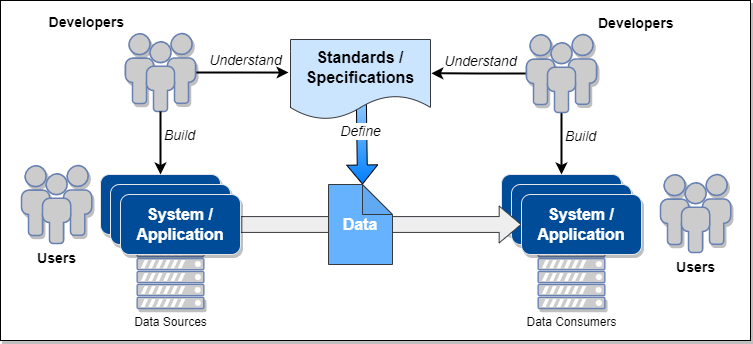
Above: images/model-and-serialization.png in oasis-tcs/openc2-jadn-im (draw.io), before the change. Source tidied: cells renumbered, new cells last; positions are measured from the earlier drawing's top-left corner, leaving out a move shared by most shapes.
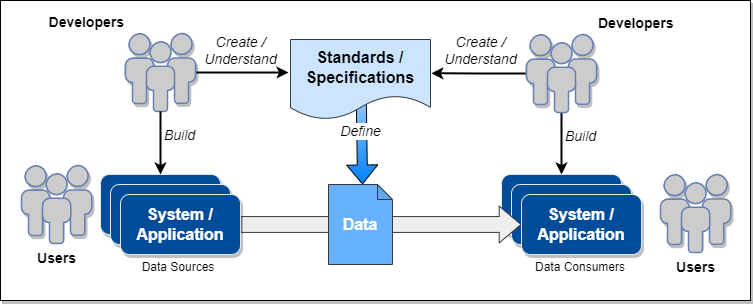
Above is the later version.

Commit message:
update figure, add para on end user concern

Change to the diagram source:
```diff
@@ -3,8 +3,14 @@
     <mxCell id="0" />
     <mxCell id="1" value="Background" parent="0" />
     <mxCell id="2" style="rounded=0;whiteSpace=wrap;html=1;shadow=1;labelBackgroundColor=none;fontSize=14;fontColor=#000000;fillColor=#FFFFFF;" parent="1" vertex="1">
-      <mxGeometry width="750" height="340" as="geometry" />
+      <mxGeometry width="750" height="300" as="geometry" />
     </mxCell>
+    <mxCell id="6" value="Data Sources" style="text;html=1;strokeColor=none;fillColor=none;align=center;verticalAlign=middle;whiteSpace=wrap;rounded=0;" parent="1" vertex="1">
+      <mxGeometry x="138" y="252" width="80" height="30" as="geometry" />
+    </mxCell>
+    <mxCell id="7" value="Data Consumers" style="text;html=1;strokeColor=none;fillColor=none;align=center;verticalAlign=middle;whiteSpace=wrap;rounded=0;" parent="1" vertex="1">
+      <mxGeometry x="530" y="252" width="100" height="30" as="geometry" />
+    </mxCell>
     <mxCell id="3" value="Image" parent="0" />
     <mxCell id="4" value="System / Application" style="rounded=1;whiteSpace=wrap;html=1;fontSize=16;fillColor=#004C99;strokeColor=#E6E6E6;labelBackgroundColor=none;fontColor=#FFFFFF;fontStyle=1;shadow=1;" parent="3" vertex="1">
       <mxGeometry x="501" y="174" width="120" height="60" as="geometry" />
@@ -12,12 +18,6 @@
     <mxCell id="5" value="System / Application" style="rounded=1;whiteSpace=wrap;html=1;fontSize=16;fillColor=#004C99;strokeColor=#E6E6E6;labelBackgroundColor=none;fontColor=#FFFFFF;fontStyle=1;shadow=1;" parent="3" vertex="1">
       <mxGeometry x="511" y="184" width="120" height="60" as="geometry" />
     </mxCell>
-    <mxCell id="6" value="Data Sources" style="fontColor=#000000;verticalAlign=top;verticalLabelPosition=bottom;labelPosition=center;align=center;html=1;fillColor=#CCCCCC;strokeColor=#6881B3;gradientColor=none;gradientDirection=north;strokeWidth=2;shape=mxgraph.networks.server;shadow=1;labelBackgroundColor=none;fontSize=12;" parent="3" vertex="1">
-      <mxGeometry x="136.7" y="234" width="66.6" height="74" as="geometry" />
-    </mxCell>
-    <mxCell id="7" value="Data Consumers" style="fontColor=#000000;verticalAlign=top;verticalLabelPosition=bottom;labelPosition=center;align=center;html=1;fillColor=#CCCCCC;strokeColor=#6881B3;gradientColor=none;gradientDirection=north;strokeWidth=2;shape=mxgraph.networks.server;shadow=1;labelBackgroundColor=none;fontSize=12;" parent="3" vertex="1">
-      <mxGeometry x="537.7" y="234" width="66.6" height="74" as="geometry" />
-    </mxCell>
     <mxCell id="8" value="Define" style="shape=flexArrow;endArrow=classic;html=1;rounded=0;fontSize=14;exitX=0.5;exitY=0;exitDx=0;exitDy=0;fillColor=default;gradientColor=#007FFF;entryX=0;entryY=0;entryDx=34;entryDy=0;entryPerimeter=0;fontStyle=2;" parent="3" edge="1" source="9" target="24">
       <mxGeometry x="0.27" y="-1" relative="1" as="geometry" />
     </mxCell>
@@ -27,7 +27,7 @@
     <mxCell id="10" value="System / Application" style="rounded=1;whiteSpace=wrap;html=1;fontSize=16;fillColor=#004C99;strokeColor=#E6E6E6;labelBackgroundColor=none;fontColor=#FFFFFF;fontStyle=1;shadow=1;" parent="3" vertex="1">
       <mxGeometry x="100" y="174" width="120" height="60" as="geometry" />
     </mxCell>
-    <mxCell id="11" style="edgeStyle=orthogonalEdgeStyle;rounded=0;jettySize=auto;html=1;exitX=0.5;exitY=1;exitDx=0;exitDy=0;entryX=0.5;entryY=0;entryDx=0;entryDy=0;fontSize=12;strokeWidth=2;" parent="3" edge="1" target="x">
+    <mxCell id="11" style="edgeStyle=orthogonalEdgeStyle;rounded=0;orthogonalLoop=1;jettySize=auto;html=1;exitX=0.5;exitY=1;exitDx=0;exitDy=0;entryX=0.5;entryY=0;entryDx=0;entryDy=0;fontSize=12;strokeWidth=2;" parent="3" edge="1">
       <mxGeometry relative="1" as="geometry">
         <mxPoint x="239" y="192" as="sourcePoint" />
       </mxGeometry>
@@ -35,7 +35,7 @@
     <mxCell id="12" style="shape=flexArrow;endArrow=classic;html=1;rounded=0;fontSize=12;exitX=1;exitY=0.5;exitDx=0;exitDy=0;entryX=0;entryY=0.5;entryDx=0;entryDy=0;fillColor=#eeeeee;strokeColor=#36393d;width=15.833333333333332;endSize=6.944444444444445;labelBackgroundColor=none;" parent="3" edge="1" source="19" target="20">
       <mxGeometry x="0.23" y="-30" relative="1" as="geometry" />
     </mxCell>
-    <mxCell id="13" style="edgeStyle=orthogonalEdgeStyle;rounded=0;jettySize=auto;html=1;exitX=0.5;exitY=1;exitDx=0;exitDy=0;entryX=0.5;entryY=0;entryDx=0;entryDy=0;fontSize=12;strokeWidth=2;" parent="3" edge="1" target="x">
+    <mxCell id="13" style="edgeStyle=orthogonalEdgeStyle;rounded=0;orthogonalLoop=1;jettySize=auto;html=1;exitX=0.5;exitY=1;exitDx=0;exitDy=0;entryX=0.5;entryY=0;entryDx=0;entryDy=0;fontSize=12;strokeWidth=2;" parent="3" edge="1">
       <mxGeometry relative="1" as="geometry">
         <mxPoint x="451" y="192" as="sourcePoint" />
       </mxGeometry>
@@ -46,8 +46,8 @@
     <mxCell id="15" value="Users" style="fontColor=#000000;verticalAlign=top;verticalLabelPosition=bottom;labelPosition=center;align=center;html=1;fillColor=#CCCCCC;strokeColor=#6881B3;gradientColor=none;gradientDirection=north;strokeWidth=2;shape=mxgraph.networks.users;shadow=1;labelBackgroundColor=none;fontSize=14;fontStyle=1;" parent="3" vertex="1">
       <mxGeometry x="660" y="174" width="70.2" height="78" as="geometry" />
     </mxCell>
-    <mxCell id="16" value="Understand" style="edgeStyle=orthogonalEdgeStyle;rounded=0;jettySize=auto;html=1;exitX=1;exitY=0.5;exitDx=0;exitDy=0;exitPerimeter=0;entryX=-0.014;entryY=0.413;entryDx=0;entryDy=0;entryPerimeter=0;fontStyle=2;fontSize=14;strokeWidth=2;labelBackgroundColor=none;" parent="3" edge="1" source="17" target="9">
-      <mxGeometry x="0.08" y="12" relative="1" as="geometry" />
+    <mxCell id="16" value="Create / &lt;br&gt;Understand" style="edgeStyle=orthogonalEdgeStyle;rounded=0;jettySize=auto;html=1;exitX=1;exitY=0.5;exitDx=0;exitDy=0;exitPerimeter=0;entryX=-0.014;entryY=0.413;entryDx=0;entryDy=0;entryPerimeter=0;fontStyle=2;fontSize=14;strokeWidth=2;labelBackgroundColor=none;" parent="3" edge="1" source="17" target="9">
+      <mxGeometry x="-0.03" y="22" relative="1" as="geometry" />
     </mxCell>
     <mxCell id="17" value="Developers" style="fontColor=#000000;verticalAlign=bottom;verticalLabelPosition=top;labelPosition=left;align=right;html=1;outlineConnect=0;fillColor=#CCCCCC;strokeColor=#6881B3;gradientColor=none;gradientDirection=north;strokeWidth=2;shape=mxgraph.networks.users;shadow=1;labelBackgroundColor=none;fontSize=14;fontStyle=1;" parent="3" vertex="1">
       <mxGeometry x="124.9" y="33" width="70.2" height="78" as="geometry" />
@@ -61,8 +61,10 @@
     <mxCell id="20" value="System / Application" style="rounded=1;whiteSpace=wrap;html=1;fontSize=16;fillColor=#004C99;strokeColor=#E6E6E6;labelBackgroundColor=none;fontColor=#FFFFFF;fontStyle=1;shadow=1;" parent="3" vertex="1">
       <mxGeometry x="521" y="194" width="120" height="60" as="geometry" />
     </mxCell>
-    <mxCell id="21" value="Understand" style="edgeStyle=orthogonalEdgeStyle;rounded=0;jettySize=auto;html=1;exitX=0;exitY=0.5;exitDx=0;exitDy=0;exitPerimeter=0;entryX=1.006;entryY=0.423;entryDx=0;entryDy=0;entryPerimeter=0;fontStyle=2;fontSize=14;align=center;strokeWidth=2;labelBackgroundColor=none;" parent="3" edge="1" source="23" target="9">
-      <mxGeometry x="-0.04" y="-12" relative="1" as="geometry" />
+    <mxCell id="21" value="Create / &lt;br&gt;Understand" style="edgeStyle=orthogonalEdgeStyle;rounded=0;jettySize=auto;html=1;exitX=0;exitY=0.5;exitDx=0;exitDy=0;exitPerimeter=0;entryX=1.006;entryY=0.423;entryDx=0;entryDy=0;entryPerimeter=0;fontStyle=2;fontSize=14;align=center;strokeWidth=2;labelBackgroundColor=none;" parent="3" edge="1" source="23" target="9">
+      <mxGeometry x="0.01" y="-23" relative="1" as="geometry">
+        <mxPoint x="2" as="offset" />
+      </mxGeometry>
     </mxCell>
     <mxCell id="22" value="Build" style="edgeStyle=orthogonalEdgeStyle;rounded=0;jettySize=auto;html=1;exitX=0.5;exitY=1;exitDx=0;exitDy=0;exitPerimeter=0;entryX=0.5;entryY=0;entryDx=0;entryDy=0;fontStyle=2;fontSize=14;strokeWidth=2;" parent="3" edge="1" source="23" target="4">
       <mxGeometry x="-0.22" y="19" relative="1" as="geometry" />
@@ -70,7 +72,7 @@
     <mxCell id="23" value="Developers" style="fontColor=#000000;verticalAlign=bottom;verticalLabelPosition=top;labelPosition=right;align=left;html=1;outlineConnect=0;fillColor=#CCCCCC;strokeColor=#6881B3;gradientColor=none;gradientDirection=north;strokeWidth=2;shape=mxgraph.networks.users;shadow=1;labelBackgroundColor=none;fontSize=14;fontStyle=1;" parent="3" vertex="1">
       <mxGeometry x="525.9" y="34" width="70.2" height="78" as="geometry" />
     </mxCell>
-    <mxCell id="24" value="Data" style="shape=note;whiteSpace=wrap;html=1;backgroundOutline=1;darkOpacity=0.05;fontSize=16;fillColor=#66B2FF;strokeColor=#36393d;fontStyle=1;fontColor=#FFFFFF;" parent="3" vertex="1">
+    <mxCell id="24" value="Data" style="shape=note;whiteSpace=wrap;html=1;backgroundOutline=1;darkOpacity=0.05;fontSize=16;fillColor=#66B2FF;strokeColor=#36393d;fontStyle=1;fontColor=#FFFFFF;size=15;" parent="3" vertex="1">
       <mxGeometry x="328" y="184" width="64" height="80" as="geometry" />
     </mxCell>
     <mxCell id="25" value="Build" style="edgeStyle=orthogonalEdgeStyle;rounded=0;jettySize=auto;html=1;exitX=0.5;exitY=1;exitDx=0;exitDy=0;exitPerimeter=0;entryX=0.5;entryY=0;entryDx=0;entryDy=0;fontStyle=2;fontSize=14;strokeWidth=2;" parent="3" edge="1" source="17" target="10">
```
